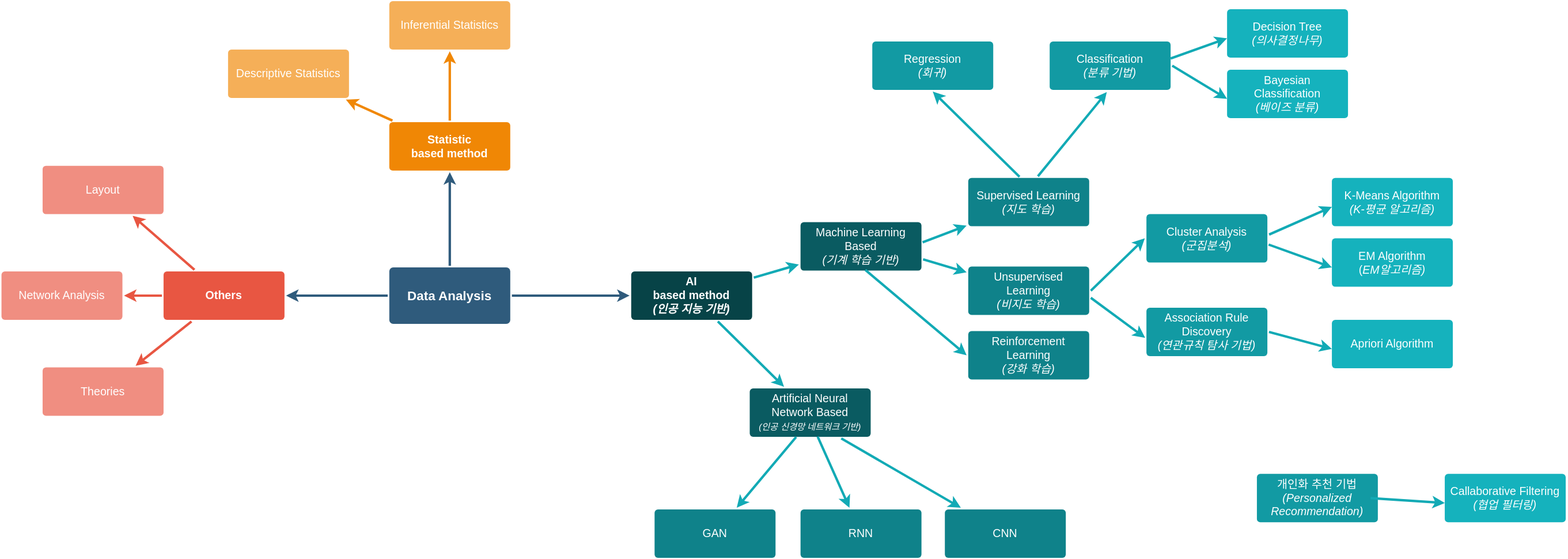
The draw.io diagram python-weeks/data-science-map.svg in hannah26hannah/TIL, before a commit. Source tidied: cells renumbered, new cells last; positions are measured from the earlier drawing's top-left corner, leaving out a move shared by most shapes.
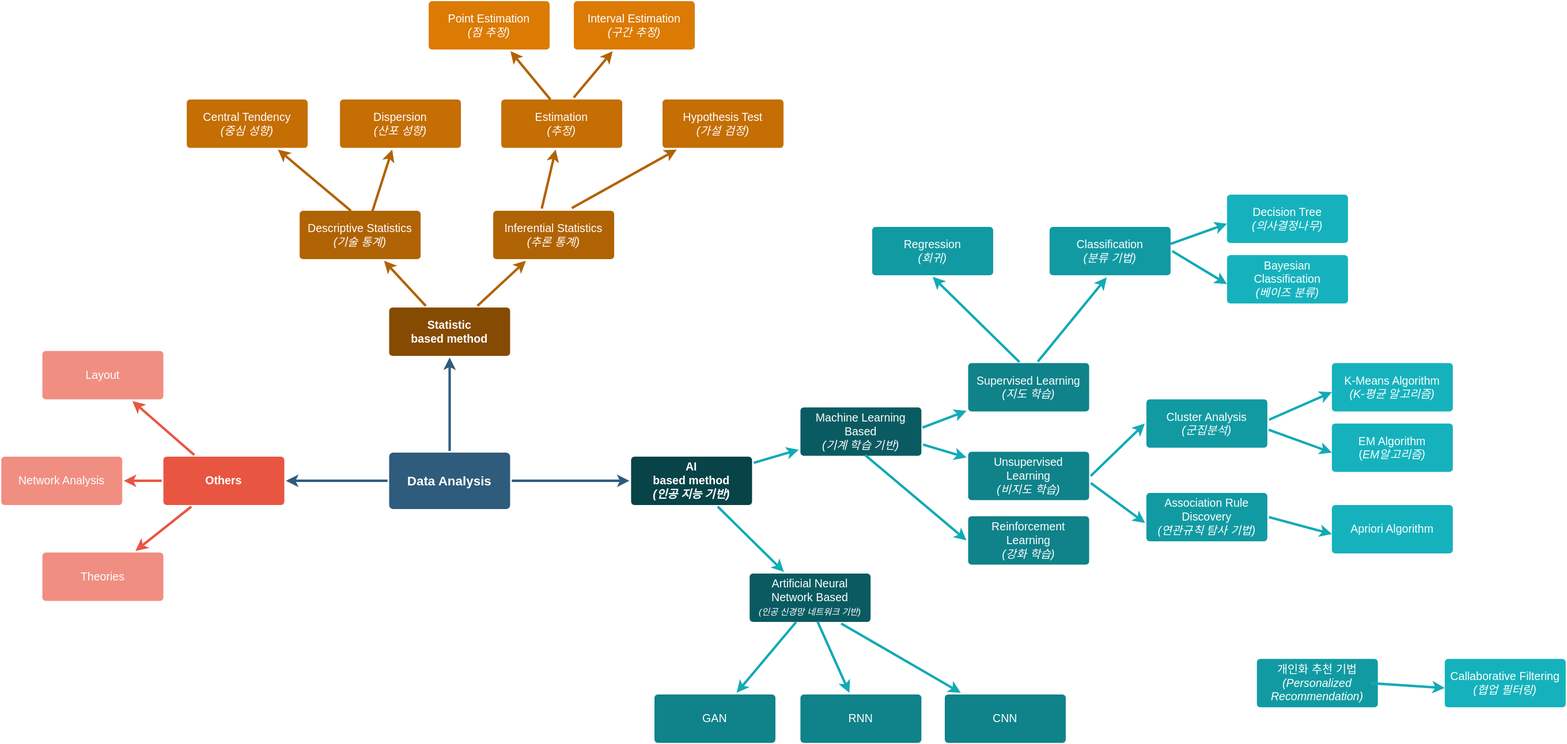
After the change.

Diff of the diagram source:
```diff
@@ -35,19 +35,19 @@
     <mxCell id="12" value="Layout" style="rounded=1;whiteSpace=wrap;html=1;shadow=0;labelBackgroundColor=none;strokeColor=none;strokeWidth=3;fillColor=#f08e81;fontFamily=Helvetica;fontSize=14;fontColor=#FFFFFF;align=center;spacing=5;fontStyle=0;arcSize=7;perimeterSpacing=2;" parent="1" vertex="1">
       <mxGeometry x="51" y="204" width="150" height="60" as="geometry" />
     </mxCell>
-    <mxCell id="13" value="&lt;div&gt;Statistic &lt;br&gt;&lt;/div&gt;&lt;div&gt;based method&lt;/div&gt;" style="rounded=1;whiteSpace=wrap;html=1;shadow=0;labelBackgroundColor=none;strokeColor=none;strokeWidth=3;fillColor=#F08705;fontFamily=Helvetica;fontSize=14;fontColor=#FFFFFF;align=center;spacing=5;fontStyle=1;arcSize=7;perimeterSpacing=2;" parent="1" vertex="1">
+    <mxCell id="13" value="&lt;div&gt;Statistic &lt;br&gt;&lt;/div&gt;&lt;div&gt;based method&lt;/div&gt;" style="rounded=1;whiteSpace=wrap;html=1;shadow=0;labelBackgroundColor=none;strokeColor=none;strokeWidth=3;fontFamily=Helvetica;fontSize=14;fontColor=#FFFFFF;align=center;spacing=5;fontStyle=1;arcSize=7;perimeterSpacing=2;fillColor=#854B03;" parent="1" vertex="1">
       <mxGeometry x="481" y="150" width="150" height="60" as="geometry" />
     </mxCell>
-    <mxCell id="14" value="Inferential Statistics" style="rounded=1;whiteSpace=wrap;html=1;shadow=0;labelBackgroundColor=none;strokeColor=none;strokeWidth=3;fillColor=#f5af58;fontFamily=Helvetica;fontSize=14;fontColor=#FFFFFF;align=center;spacing=5;arcSize=7;perimeterSpacing=2;" parent="1" vertex="1">
-      <mxGeometry x="481" width="150" height="60" as="geometry" />
+    <mxCell id="14" value="&lt;div&gt;Inferential Statistics&lt;/div&gt;&lt;div&gt;&lt;i&gt;(추론 통계)&lt;/i&gt;&lt;br&gt;&lt;/div&gt;" style="rounded=1;whiteSpace=wrap;html=1;shadow=0;labelBackgroundColor=none;strokeColor=none;strokeWidth=3;fontFamily=Helvetica;fontSize=14;fontColor=#FFFFFF;align=center;spacing=5;arcSize=7;perimeterSpacing=2;fillColor=#B06304;" parent="1" vertex="1">
+      <mxGeometry x="610" y="30" width="150" height="60" as="geometry" />
     </mxCell>
-    <mxCell id="15" style="edgeStyle=none;rounded=0;jumpStyle=none;html=1;shadow=0;labelBackgroundColor=none;startArrow=none;startFill=0;endArrow=classic;endFill=1;jettySize=auto;strokeColor=#F08705;strokeWidth=3;fontFamily=Helvetica;fontSize=14;fontColor=#FFFFFF;spacing=5;" parent="1" edge="1" source="13" target="14">
+    <mxCell id="15" style="edgeStyle=none;rounded=0;jumpStyle=none;html=1;shadow=0;labelBackgroundColor=none;startArrow=none;startFill=0;endArrow=classic;endFill=1;jettySize=auto;strokeWidth=3;fontFamily=Helvetica;fontSize=14;fontColor=#FFFFFF;spacing=5;strokeColor=#B06304;" parent="1" edge="1" source="13" target="14">
       <mxGeometry relative="1" as="geometry" />
     </mxCell>
-    <mxCell id="16" value="Descriptive Statistics" style="rounded=1;whiteSpace=wrap;html=1;shadow=0;labelBackgroundColor=none;strokeColor=none;strokeWidth=3;fillColor=#f5af58;fontFamily=Helvetica;fontSize=14;fontColor=#FFFFFF;align=center;spacing=5;arcSize=7;perimeterSpacing=2;" parent="1" vertex="1">
-      <mxGeometry x="281" y="60" width="150" height="60" as="geometry" />
+    <mxCell id="16" value="&lt;div&gt;Descriptive Statistics&lt;/div&gt;&lt;div&gt;&lt;i&gt;(기술 통계)&lt;/i&gt;&lt;br&gt;&lt;/div&gt;" style="rounded=1;whiteSpace=wrap;html=1;shadow=0;labelBackgroundColor=none;strokeColor=none;strokeWidth=3;fontFamily=Helvetica;fontSize=14;fontColor=#FFFFFF;align=center;spacing=5;arcSize=7;perimeterSpacing=2;fillColor=#B06304;" parent="1" vertex="1">
+      <mxGeometry x="370" y="30" width="150" height="60" as="geometry" />
     </mxCell>
-    <mxCell id="17" style="edgeStyle=none;rounded=0;jumpStyle=none;html=1;shadow=0;labelBackgroundColor=none;startArrow=none;startFill=0;endArrow=classic;endFill=1;jettySize=auto;strokeColor=#F08705;strokeWidth=3;fontFamily=Helvetica;fontSize=14;fontColor=#FFFFFF;spacing=5;" parent="1" edge="1" source="13" target="16">
+    <mxCell id="17" style="edgeStyle=none;rounded=0;jumpStyle=none;html=1;shadow=0;labelBackgroundColor=none;startArrow=none;startFill=0;endArrow=classic;endFill=1;jettySize=auto;strokeWidth=3;fontFamily=Helvetica;fontSize=14;fontColor=#FFFFFF;spacing=5;strokeColor=#B06304;" parent="1" edge="1" source="13" target="16">
       <mxGeometry relative="1" as="geometry" />
     </mxCell>
     <mxCell id="18" value="&lt;div&gt;AI &lt;br&gt;&lt;/div&gt;&lt;div&gt;based method&lt;br&gt;&lt;/div&gt;&lt;div&gt;&lt;i&gt;(인공 지능 기반)&lt;br&gt;&lt;/i&gt;&lt;/div&gt;" style="rounded=1;whiteSpace=wrap;html=1;shadow=0;labelBackgroundColor=none;strokeColor=none;strokeWidth=3;fontFamily=Helvetica;fontSize=14;fontColor=#FFFFFF;align=center;spacing=5;fontStyle=1;arcSize=7;perimeterSpacing=2;fillColor=#074347;" parent="1" vertex="1">
@@ -166,5 +166,41 @@
     <mxCell id="55" style="edgeStyle=none;rounded=1;jumpStyle=none;html=1;shadow=0;labelBackgroundColor=none;startArrow=none;startFill=0;jettySize=auto;strokeColor=#12AAB5;strokeWidth=3;fontFamily=Helvetica;fontSize=14;fontColor=#FFFFFF;spacing=5;fontStyle=1;fillColor=#b0e3e6;exitX=0.535;exitY=0.956;exitDx=0;exitDy=0;exitPerimeter=0;entryX=0;entryY=0.5;entryDx=0;entryDy=0;" parent="1" edge="1" source="21" target="54">
       <mxGeometry relative="1" as="geometry" />
     </mxCell>
+    <mxCell id="56" value="&lt;div&gt;Hypothesis Test&lt;/div&gt;&lt;div&gt;&lt;i&gt;(가설 검정)&lt;/i&gt;&lt;br&gt;&lt;/div&gt;" style="rounded=1;whiteSpace=wrap;html=1;shadow=0;labelBackgroundColor=none;strokeColor=none;strokeWidth=3;fontFamily=Helvetica;fontSize=14;fontColor=#FFFFFF;align=center;spacing=5;arcSize=7;perimeterSpacing=2;fillColor=#C46E04;" parent="1" vertex="1">
+      <mxGeometry x="820" y="-108" width="150" height="60" as="geometry" />
+    </mxCell>
+    <mxCell id="57" style="edgeStyle=none;rounded=0;jumpStyle=none;html=1;shadow=0;labelBackgroundColor=none;startArrow=none;startFill=0;endArrow=classic;endFill=1;jettySize=auto;strokeWidth=3;fontFamily=Helvetica;fontSize=14;fontColor=#FFFFFF;spacing=5;strokeColor=#B06304;exitX=0.646;exitY=-0.021;exitDx=0;exitDy=0;exitPerimeter=0;" parent="1" edge="1" source="14" target="56">
+      <mxGeometry relative="1" as="geometry" />
+    </mxCell>
+    <mxCell id="58" value="&lt;div&gt;Estimation &lt;br&gt;&lt;/div&gt;&lt;div&gt;&lt;i&gt;(추정)&lt;/i&gt;&lt;/div&gt;" style="rounded=1;whiteSpace=wrap;html=1;shadow=0;labelBackgroundColor=none;strokeColor=none;strokeWidth=3;fontFamily=Helvetica;fontSize=14;fontColor=#FFFFFF;align=center;spacing=5;arcSize=7;perimeterSpacing=2;fillColor=#C46E04;" parent="1" vertex="1">
+      <mxGeometry x="620" y="-108" width="150" height="60" as="geometry" />
+    </mxCell>
+    <mxCell id="59" style="edgeStyle=none;rounded=0;jumpStyle=none;html=1;shadow=0;labelBackgroundColor=none;startArrow=none;startFill=0;endArrow=classic;endFill=1;jettySize=auto;strokeWidth=3;fontFamily=Helvetica;fontSize=14;fontColor=#FFFFFF;spacing=5;strokeColor=#B06304;exitX=0.404;exitY=-0.01;exitDx=0;exitDy=0;exitPerimeter=0;" parent="1" edge="1" source="14" target="58">
+      <mxGeometry relative="1" as="geometry" />
+    </mxCell>
+    <mxCell id="60" value="&lt;div&gt;Interval Estimation&lt;br&gt;&lt;/div&gt;&lt;div&gt;&lt;i&gt;(구간 추정)&lt;/i&gt;&lt;br&gt;&lt;/div&gt;" style="rounded=1;whiteSpace=wrap;html=1;shadow=0;labelBackgroundColor=none;strokeColor=none;strokeWidth=3;fontFamily=Helvetica;fontSize=14;fontColor=#FFFFFF;align=center;spacing=5;arcSize=7;perimeterSpacing=2;fillColor=#DB7B04;" parent="1" vertex="1">
+      <mxGeometry x="710" y="-230" width="150" height="60" as="geometry" />
+    </mxCell>
+    <mxCell id="61" style="edgeStyle=none;rounded=0;jumpStyle=none;html=1;shadow=0;labelBackgroundColor=none;startArrow=none;startFill=0;endArrow=classic;endFill=1;jettySize=auto;strokeWidth=3;fontFamily=Helvetica;fontSize=14;fontColor=#FFFFFF;spacing=5;strokeColor=#B06304;exitX=0.597;exitY=-0.008;exitDx=0;exitDy=0;exitPerimeter=0;" parent="1" edge="1" source="58" target="60">
+      <mxGeometry relative="1" as="geometry" />
+    </mxCell>
+    <mxCell id="62" value="&lt;div&gt;Point Estimation&lt;br&gt;&lt;/div&gt;&lt;div&gt;&lt;i&gt;(점 추정)&lt;/i&gt;&lt;br&gt;&lt;/div&gt;" style="rounded=1;whiteSpace=wrap;html=1;shadow=0;labelBackgroundColor=none;strokeColor=none;strokeWidth=3;fontFamily=Helvetica;fontSize=14;fontColor=#FFFFFF;align=center;spacing=5;arcSize=7;perimeterSpacing=2;fillColor=#DB7B04;" parent="1" vertex="1">
+      <mxGeometry x="530" y="-230" width="150" height="60" as="geometry" />
+    </mxCell>
+    <mxCell id="63" style="edgeStyle=none;rounded=0;jumpStyle=none;html=1;shadow=0;labelBackgroundColor=none;startArrow=none;startFill=0;endArrow=classic;endFill=1;jettySize=auto;strokeWidth=3;fontFamily=Helvetica;fontSize=14;fontColor=#FFFFFF;spacing=5;strokeColor=#B06304;exitX=0.409;exitY=0.031;exitDx=0;exitDy=0;exitPerimeter=0;" parent="1" edge="1" source="58" target="62">
+      <mxGeometry relative="1" as="geometry" />
+    </mxCell>
+    <mxCell id="64" value="&lt;div&gt;Dispersion&lt;/div&gt;&lt;div&gt;&lt;i&gt;(산포 성향)&lt;/i&gt;&lt;br&gt;&lt;/div&gt;" style="rounded=1;whiteSpace=wrap;html=1;shadow=0;labelBackgroundColor=none;strokeColor=none;strokeWidth=3;fontFamily=Helvetica;fontSize=14;fontColor=#FFFFFF;align=center;spacing=5;arcSize=7;perimeterSpacing=2;fillColor=#C46E04;" parent="1" vertex="1">
+      <mxGeometry x="420" y="-108" width="150" height="60" as="geometry" />
+    </mxCell>
+    <mxCell id="65" style="edgeStyle=none;rounded=0;jumpStyle=none;html=1;shadow=0;labelBackgroundColor=none;startArrow=none;startFill=0;endArrow=classic;endFill=1;jettySize=auto;strokeWidth=3;fontFamily=Helvetica;fontSize=14;fontColor=#FFFFFF;spacing=5;strokeColor=#B06304;exitX=0.597;exitY=0.054;exitDx=0;exitDy=0;exitPerimeter=0;" parent="1" edge="1" source="16" target="64">
+      <mxGeometry relative="1" as="geometry" />
+    </mxCell>
+    <mxCell id="66" value="&lt;div&gt;Central Tendency&lt;/div&gt;&lt;div&gt;&lt;i&gt;(중심 성향)&lt;/i&gt;&lt;br&gt;&lt;/div&gt;" style="rounded=1;whiteSpace=wrap;html=1;shadow=0;labelBackgroundColor=none;strokeColor=none;strokeWidth=3;fontFamily=Helvetica;fontSize=14;fontColor=#FFFFFF;align=center;spacing=5;arcSize=7;perimeterSpacing=2;fillColor=#C46E04;" parent="1" vertex="1">
+      <mxGeometry x="230" y="-108" width="150" height="60" as="geometry" />
+    </mxCell>
+    <mxCell id="67" style="edgeStyle=none;rounded=0;jumpStyle=none;html=1;shadow=0;labelBackgroundColor=none;startArrow=none;startFill=0;endArrow=classic;endFill=1;jettySize=auto;strokeWidth=3;fontFamily=Helvetica;fontSize=14;fontColor=#FFFFFF;spacing=5;strokeColor=#B06304;exitX=0.426;exitY=0.033;exitDx=0;exitDy=0;exitPerimeter=0;" parent="1" edge="1" source="16" target="66">
+      <mxGeometry relative="1" as="geometry" />
+    </mxCell>
   </root>
 </mxGraphModel>
```
